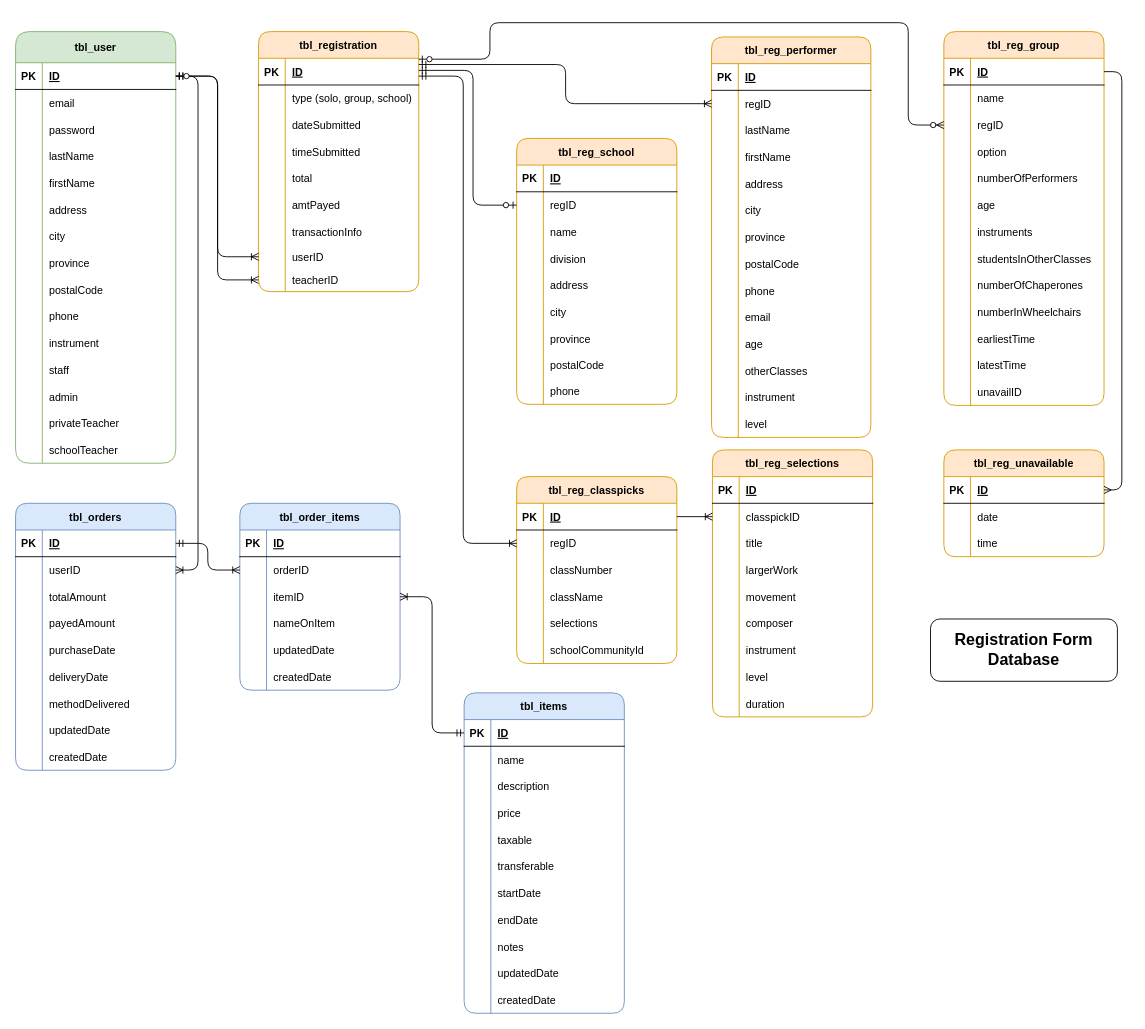
Before: page "Page-1" (1 of 3) of class_registration.drawio in davesawatzky/wmf-nest, a draw.io diagram. Source tidied: cells renumbered, new cells numbered last; positions are measured from the earlier drawing's top-left corner, leaving out a move shared by most shapes. Both pictures are drawn from the tidied source at 89%, with x=0, y=0 at pixel (15, 22).
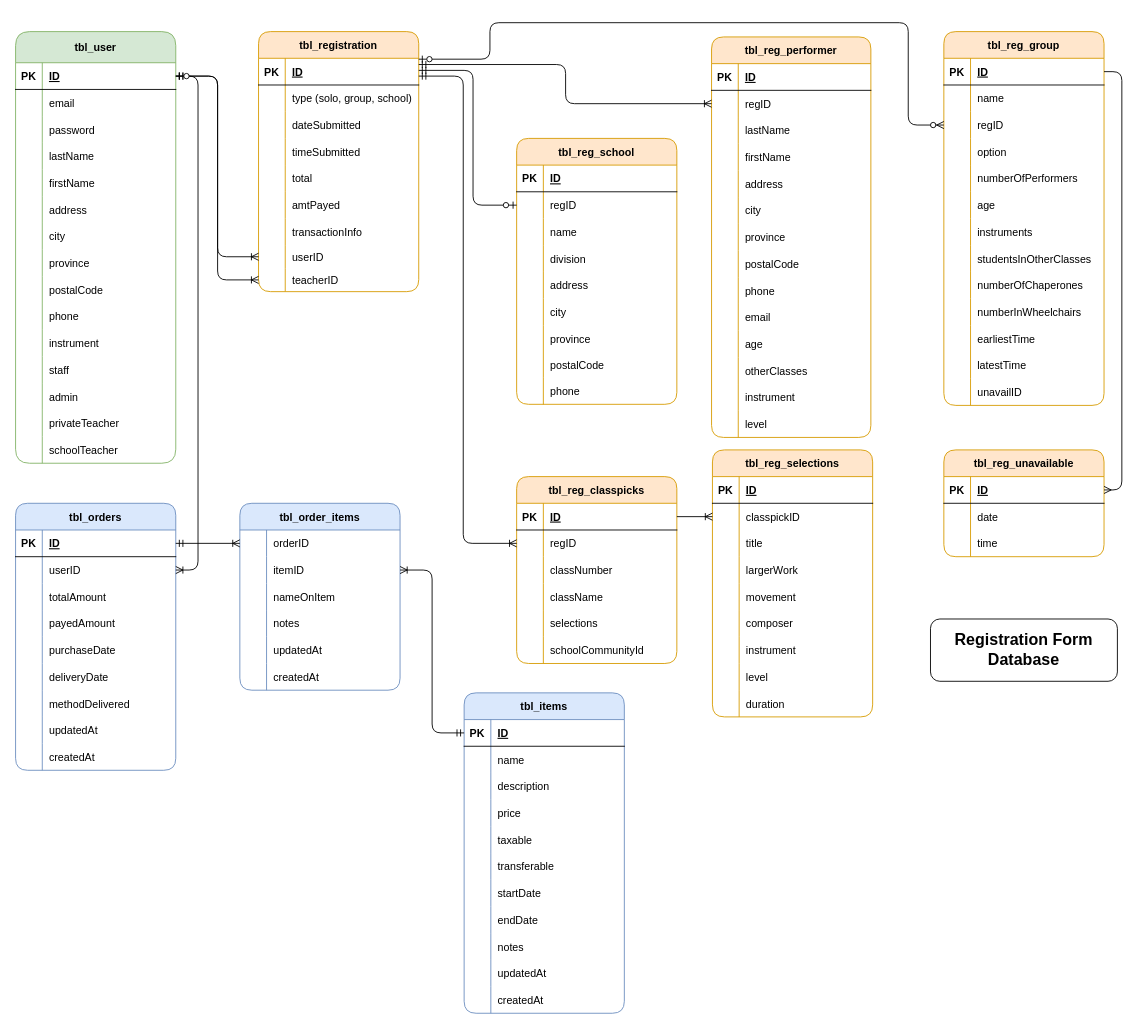
Above is the later version.

Unchanged cells that the change refers to:
```xml
<mxCell id="275" style="shape=tableRow;horizontal=0;startSize=0;swimlaneHead=0;swimlaneBody=0;fillColor=none;top=0;left=0;right=0;bottom=0;" parent="253" vertex="1">
  <mxGeometry y="240" width="180" height="30" as="geometry" />
</mxCell>
<mxCell id="278" style="shape=tableRow;horizontal=0;startSize=0;swimlaneHead=0;swimlaneBody=0;fillColor=none;top=0;left=0;right=0;bottom=0;" parent="253" vertex="1">
  <mxGeometry y="270" width="180" height="30" as="geometry" />
</mxCell>
<mxCell id="282" value="tbl_order_items" style="shape=table;startSize=30;childLayout=tableLayout;rowLines=0;fontStyle=1;align=center;fillColor=#dae8fc;strokeColor=#6c8ebf;rounded=1;" parent="1" vertex="1">
  <mxGeometry x="252" y="540" width="180" height="210" as="geometry" />
</mxCell>
<mxCell id="295" style="shape=tableRow;horizontal=0;startSize=0;swimlaneHead=0;swimlaneBody=0;fillColor=none;top=0;left=0;right=0;bottom=0;" parent="282" vertex="1">
  <mxGeometry y="150" width="180" height="30" as="geometry" />
</mxCell>
<mxCell id="298" style="shape=tableRow;horizontal=0;startSize=0;swimlaneHead=0;swimlaneBody=0;fillColor=none;top=0;left=0;right=0;bottom=0;" parent="282" vertex="1">
  <mxGeometry y="180" width="180" height="30" as="geometry" />
</mxCell>
<mxCell id="330" style="shape=tableRow;horizontal=0;startSize=0;swimlaneHead=0;swimlaneBody=0;fillColor=none;top=0;left=0;right=0;bottom=0;" parent="302" vertex="1">
  <mxGeometry y="300" width="180" height="30" as="geometry" />
</mxCell>
<mxCell id="333" style="shape=tableRow;horizontal=0;startSize=0;swimlaneHead=0;swimlaneBody=0;fillColor=none;top=0;left=0;right=0;bottom=0;" parent="302" vertex="1">
  <mxGeometry y="330" width="180" height="30" as="geometry" />
</mxCell>
```

What changed in the source:
```diff
@@
-    <mxCell id="277" value="updatedDate" style="shape=partialRectangle;fillColor=none;top=0;left=0;bottom=0;right=0;align=left;spacingLeft=6;overflow=hidden;" parent="275" vertex="1">
+    <mxCell id="277" value="updatedAt" style="shape=partialRectangle;fillColor=none;top=0;left=0;bottom=0;right=0;align=left;spacingLeft=6;overflow=hidden;" parent="275" vertex="1">
       <mxGeometry x="30" width="150" height="30" as="geometry" />
     </mxCell>
@@
-    <mxCell id="280" value="createdDate" style="shape=partialRectangle;fillColor=none;top=0;left=0;bottom=0;right=0;align=left;spacingLeft=6;overflow=hidden;" parent="278" vertex="1">
+    <mxCell id="280" value="createdAt" style="shape=partialRectangle;fillColor=none;top=0;left=0;bottom=0;right=0;align=left;spacingLeft=6;overflow=hidden;" parent="278" vertex="1">
       <mxGeometry x="30" width="150" height="30" as="geometry" />
     </mxCell>
@@
-    <mxCell id="283" style="shape=tableRow;horizontal=0;startSize=0;swimlaneHead=0;swimlaneBody=0;fillColor=none;top=0;left=0;right=0;bottom=1;" parent="282" vertex="1">
-      <mxGeometry y="30" width="180" height="30" as="geometry" />
-    </mxCell>
-    <mxCell id="284" value="PK" style="shape=partialRectangle;fillColor=none;top=0;left=0;bottom=0;right=0;fontStyle=1;overflow=hidden;" parent="283" vertex="1">
-      <mxGeometry width="30" height="30" as="geometry" />
-    </mxCell>
-    <mxCell id="285" value="ID" style="shape=partialRectangle;fillColor=none;top=0;left=0;bottom=0;right=0;align=left;spacingLeft=6;fontStyle=5;overflow=hidden;" parent="283" vertex="1">
-      <mxGeometry x="30" width="150" height="30" as="geometry" />
-    </mxCell>
     <mxCell id="286" style="shape=tableRow;horizontal=0;startSize=0;swimlaneHead=0;swimlaneBody=0;fillColor=none;points=[[0,0.5],[1,0.5]];portConstraint=eastwest;top=0;left=0;right=0;bottom=0;" parent="282" vertex="1">
-      <mxGeometry y="60" width="180" height="30" as="geometry" />
+      <mxGeometry y="30" width="180" height="30" as="geometry" />
     </mxCell>
@@
     <mxCell id="289" style="shape=tableRow;horizontal=0;startSize=0;swimlaneHead=0;swimlaneBody=0;fillColor=none;points=[[0,0.5],[1,0.5]];portConstraint=eastwest;top=0;left=0;right=0;bottom=0;" parent="282" vertex="1">
-      <mxGeometry y="90" width="180" height="30" as="geometry" />
+      <mxGeometry y="60" width="180" height="30" as="geometry" />
     </mxCell>
@@
     <mxCell id="292" style="shape=tableRow;horizontal=0;startSize=0;swimlaneHead=0;swimlaneBody=0;fillColor=none;top=0;left=0;right=0;bottom=0;" parent="282" vertex="1">
-      <mxGeometry y="120" width="180" height="30" as="geometry" />
+      <mxGeometry y="90" width="180" height="30" as="geometry" />
     </mxCell>
@@
+    <mxCell id="337" style="shape=tableRow;horizontal=0;startSize=0;swimlaneHead=0;swimlaneBody=0;fillColor=none;top=0;left=0;right=0;bottom=0;" parent="282" vertex="1">
+      <mxGeometry y="120" width="180" height="30" as="geometry" />
+    </mxCell>
+    <mxCell id="338" style="shape=partialRectangle;fillColor=none;top=0;left=0;bottom=0;right=0;overflow=hidden;" parent="337" vertex="1">
+      <mxGeometry width="30" height="30" as="geometry" />
+    </mxCell>
+    <mxCell id="339" value="notes" style="shape=partialRectangle;fillColor=none;top=0;left=0;bottom=0;right=0;align=left;spacingLeft=6;overflow=hidden;" parent="337" vertex="1">
+      <mxGeometry x="30" width="150" height="30" as="geometry" />
+    </mxCell>
@@
-    <mxCell id="297" value="updatedDate" style="shape=partialRectangle;fillColor=none;top=0;left=0;bottom=0;right=0;align=left;spacingLeft=6;overflow=hidden;" parent="295" vertex="1">
+    <mxCell id="297" value="updatedAt" style="shape=partialRectangle;fillColor=none;top=0;left=0;bottom=0;right=0;align=left;spacingLeft=6;overflow=hidden;" parent="295" vertex="1">
       <mxGeometry x="30" width="150" height="30" as="geometry" />
     </mxCell>
@@
-    <mxCell id="300" value="createdDate" style="shape=partialRectangle;fillColor=none;top=0;left=0;bottom=0;right=0;align=left;spacingLeft=6;overflow=hidden;" parent="298" vertex="1">
+    <mxCell id="300" value="createdAt" style="shape=partialRectangle;fillColor=none;top=0;left=0;bottom=0;right=0;align=left;spacingLeft=6;overflow=hidden;" parent="298" vertex="1">
       <mxGeometry x="30" width="150" height="30" as="geometry" />
     </mxCell>
@@
-    <mxCell id="332" value="updatedDate" style="shape=partialRectangle;fillColor=none;top=0;left=0;bottom=0;right=0;align=left;spacingLeft=6;overflow=hidden;" parent="330" vertex="1">
+    <mxCell id="332" value="updatedAt" style="shape=partialRectangle;fillColor=none;top=0;left=0;bottom=0;right=0;align=left;spacingLeft=6;overflow=hidden;" parent="330" vertex="1">
       <mxGeometry x="30" width="150" height="30" as="geometry" />
     </mxCell>
@@
-    <mxCell id="335" value="createdDate" style="shape=partialRectangle;fillColor=none;top=0;left=0;bottom=0;right=0;align=left;spacingLeft=6;overflow=hidden;" parent="333" vertex="1">
+    <mxCell id="335" value="createdAt" style="shape=partialRectangle;fillColor=none;top=0;left=0;bottom=0;right=0;align=left;spacingLeft=6;overflow=hidden;" parent="333" vertex="1">
       <mxGeometry x="30" width="150" height="30" as="geometry" />
     </mxCell>
```
